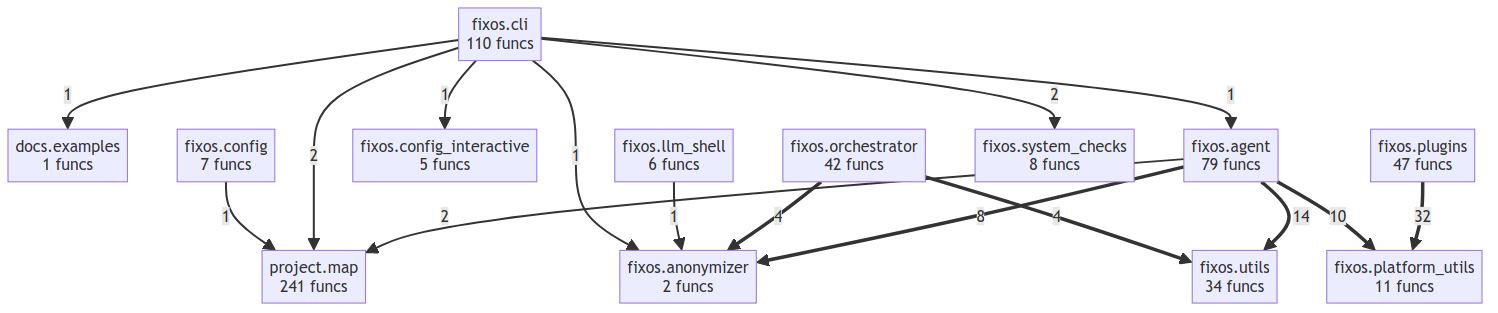
Earlier version of the Mermaid export project/compact_flow.png (wronai/fixos). Its source is kept beside it as project/compact_flow.mmd.
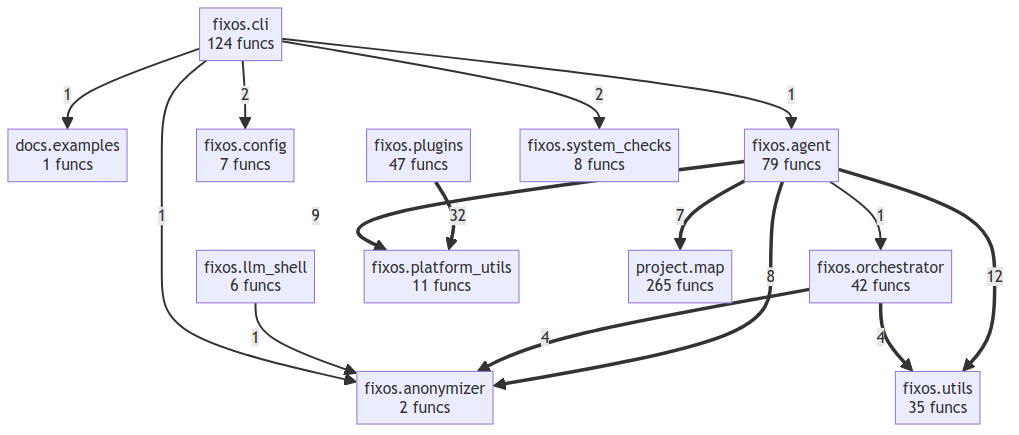
After the commit.

What changed in the source:
```diff
@@ -2,28 +2,26 @@
     docs__examples["docs.examples<br/>1 funcs"]
     fixos__agent["fixos.agent<br/>79 funcs"]
     fixos__anonymizer["fixos.anonymizer<br/>2 funcs"]
-    fixos__cli["fixos.cli<br/>110 funcs"]
+    fixos__cli["fixos.cli<br/>124 funcs"]
     fixos__config["fixos.config<br/>7 funcs"]
-    fixos__config_interactive["fixos.config_interactive<br/>5 funcs"]
     fixos__llm_shell["fixos.llm_shell<br/>6 funcs"]
     fixos__orchestrator["fixos.orchestrator<br/>42 funcs"]
     fixos__platform_utils["fixos.platform_utils<br/>11 funcs"]
     fixos__plugins["fixos.plugins<br/>47 funcs"]
     fixos__system_checks["fixos.system_checks<br/>8 funcs"]
-    fixos__utils["fixos.utils<br/>34 funcs"]
-    project__map["project.map<br/>241 funcs"]
+    fixos__utils["fixos.utils<br/>35 funcs"]
+    project__map["project.map<br/>265 funcs"]
     fixos__plugins ==>|32| fixos__platform_utils
-    fixos__agent ==>|14| fixos__utils
-    fixos__agent ==>|10| fixos__platform_utils
+    fixos__agent ==>|12| fixos__utils
+    fixos__agent ==>|9| fixos__platform_utils
     fixos__agent ==>|8| fixos__anonymizer
+    fixos__agent ==>|7| project__map
     fixos__orchestrator ==>|4| fixos__anonymizer
     fixos__orchestrator ==>|4| fixos__utils
-    fixos__agent -->|2| project__map
-    fixos__cli -->|2| project__map
+    fixos__cli -->|2| fixos__config
     fixos__cli -->|2| fixos__system_checks
     fixos__llm_shell -->|1| fixos__anonymizer
-    fixos__config -->|1| project__map
+    fixos__agent -->|1| fixos__orchestrator
     fixos__cli -->|1| fixos__anonymizer
     fixos__cli -->|1| docs__examples
     fixos__cli -->|1| fixos__agent
-    fixos__cli -->|1| fixos__config_interactive
```
